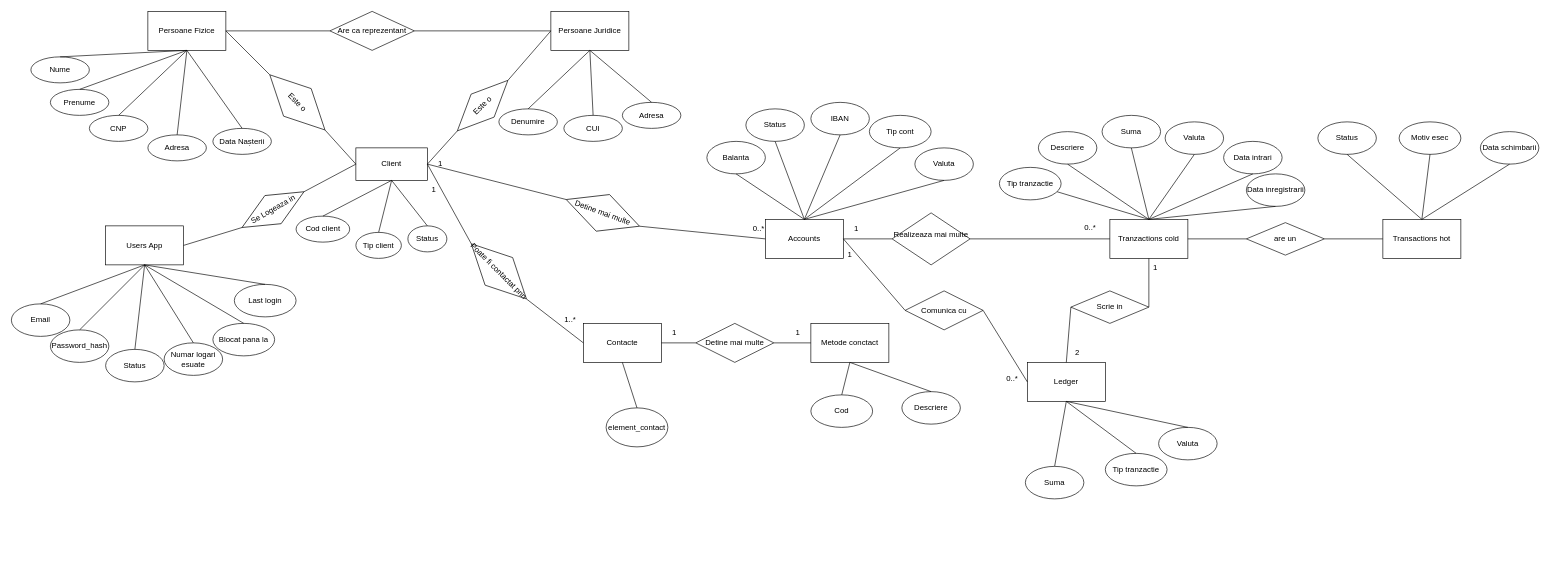
Before: docs/Diagrama_Entitate_Relatie.drawio in MrGuyMan-code/aplicatie_gestiune_conturi_bancare, a draw.io diagram. Source tidied: cells renumbered, new cells numbered last; positions are measured from the earlier drawing's top-left corner, leaving out a move shared by most shapes. Both pictures are drawn from the tidied source at 65%, with x=0, y=0 at pixel (11, 11).
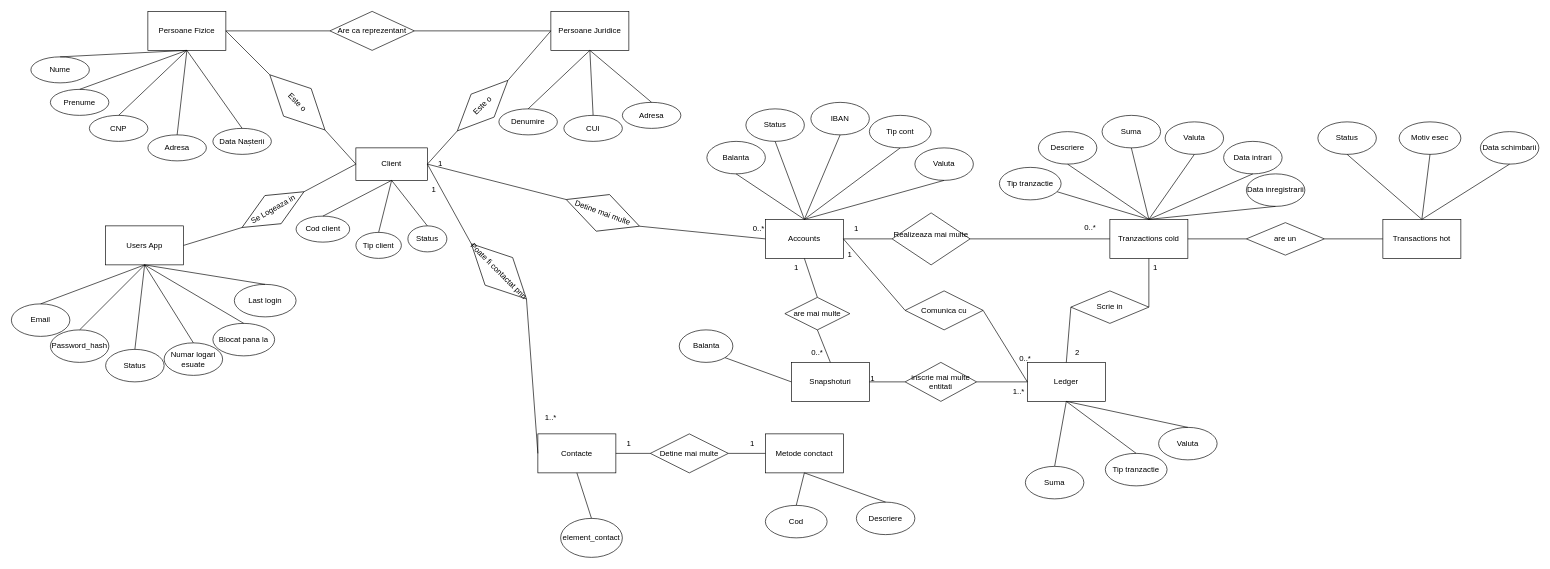
The same page after the edit.

Unchanged cells that the change refers to:
```xml
<mxCell id="36" value="Accounts" style="rounded=0;whiteSpace=wrap;html=1;" parent="1" vertex="1">
  <mxGeometry x="1160" y="320" width="120" height="60" as="geometry" />
</mxCell>
<mxCell id="108" value="Ledger" style="rounded=0;whiteSpace=wrap;html=1;" parent="1" vertex="1">
  <mxGeometry x="1563" y="540" width="120" height="60" as="geometry" />
</mxCell>
```

Change to the diagram source:
```diff
@@
     <mxCell id="40" value="Contacte" style="rounded=0;whiteSpace=wrap;html=1;" parent="1" vertex="1">
-      <mxGeometry x="880" y="480" width="120" height="60" as="geometry" />
+      <mxGeometry x="810" y="650" width="120" height="60" as="geometry" />
     </mxCell>
@@
     <mxCell id="42" value="1..*" style="text;html=1;whiteSpace=wrap;strokeColor=none;fillColor=none;align=center;verticalAlign=middle;rounded=0;" parent="1" vertex="1">
-      <mxGeometry x="830" y="460" width="60" height="30" as="geometry" />
+      <mxGeometry x="800" y="610" width="60" height="30" as="geometry" />
     </mxCell>
@@
     <mxCell id="44" value="element_contact" style="ellipse;whiteSpace=wrap;html=1;shapeInside=1;" parent="1" vertex="1">
-      <mxGeometry x="915" y="610" width="95" height="60" as="geometry" />
+      <mxGeometry x="845" y="780" width="95" height="60" as="geometry" />
     </mxCell>
     <mxCell id="45" value="Metode conctact" style="rounded=0;whiteSpace=wrap;html=1;" parent="1" vertex="1">
-      <mxGeometry x="1230" y="480" width="120" height="60" as="geometry" />
+      <mxGeometry x="1160" y="650" width="120" height="60" as="geometry" />
     </mxCell>
     <mxCell id="46" value="Detine mai multe" style="rhombus;whiteSpace=wrap;html=1;shapeInside=1;" parent="1" vertex="1">
-      <mxGeometry x="1053" y="480" width="120" height="60" as="geometry" />
+      <mxGeometry x="983" y="650" width="120" height="60" as="geometry" />
     </mxCell>
@@
     <mxCell id="49" value="Cod" style="ellipse;whiteSpace=wrap;html=1;shapeInside=1;" parent="1" vertex="1">
-      <mxGeometry x="1230" y="590" width="95" height="50" as="geometry" />
+      <mxGeometry x="1160" y="760" width="95" height="50" as="geometry" />
     </mxCell>
     <mxCell id="50" value="Descriere" style="ellipse;whiteSpace=wrap;html=1;shapeInside=1;" parent="1" vertex="1">
-      <mxGeometry x="1370" y="585" width="90" height="50" as="geometry" />
+      <mxGeometry x="1300" y="755" width="90" height="50" as="geometry" />
     </mxCell>
     <mxCell id="51" value="1" style="text;html=1;whiteSpace=wrap;strokeColor=none;fillColor=none;align=center;verticalAlign=middle;rounded=0;" parent="1" vertex="1">
-      <mxGeometry x="990" y="480" width="60" height="30" as="geometry" />
+      <mxGeometry x="920" y="650" width="60" height="30" as="geometry" />
     </mxCell>
     <mxCell id="52" value="1" style="text;html=1;whiteSpace=wrap;strokeColor=none;fillColor=none;align=center;verticalAlign=middle;rounded=0;" parent="1" vertex="1">
-      <mxGeometry x="1180" y="480" width="60" height="30" as="geometry" />
+      <mxGeometry x="1110" y="650" width="60" height="30" as="geometry" />
     </mxCell>
@@
     <mxCell id="122" value="0..*" style="text;html=1;whiteSpace=wrap;strokeColor=none;fillColor=none;align=center;verticalAlign=middle;rounded=0;" parent="1" vertex="1">
-      <mxGeometry x="1510" y="550" width="60" height="30" as="geometry" />
+      <mxGeometry x="1530" y="520" width="60" height="30" as="geometry" />
     </mxCell>
@@
+    <mxCell id="131" value="Snapshoturi" style="rounded=0;whiteSpace=wrap;html=1;" parent="1" vertex="1">
+      <mxGeometry x="1200" y="540" width="120" height="60" as="geometry" />
+    </mxCell>
+    <mxCell id="132" style="endArrow=none;html=1;rounded=0;entryX=0.5;entryY=1;entryDx=0;entryDy=0;exitX=0.5;exitY=0;exitDx=0;exitDy=0;" parent="1" edge="1" source="135" target="36">
+      <mxGeometry relative="1" as="geometry" />
+    </mxCell>
+    <mxCell id="133" value="1" style="text;html=1;whiteSpace=wrap;strokeColor=none;fillColor=none;align=center;verticalAlign=middle;rounded=0;" parent="1" vertex="1">
+      <mxGeometry x="1177.5" y="380" width="60" height="30" as="geometry" />
+    </mxCell>
+    <mxCell id="134" value="0..*" style="text;html=1;whiteSpace=wrap;strokeColor=none;fillColor=none;align=center;verticalAlign=middle;rounded=0;" parent="1" vertex="1">
+      <mxGeometry x="1210" y="510" width="60" height="30" as="geometry" />
+    </mxCell>
+    <mxCell id="135" value="are mai multe" style="rhombus;whiteSpace=wrap;html=1;shapeInside=1;" parent="1" vertex="1">
+      <mxGeometry x="1190" y="440" width="100" height="50" as="geometry" />
+    </mxCell>
+    <mxCell id="136" style="endArrow=none;html=1;rounded=0;exitX=0.5;exitY=1;exitDx=0;exitDy=0;entryX=0.5;entryY=0;entryDx=0;entryDy=0;" parent="1" edge="1" source="135" target="131">
+      <mxGeometry relative="1" as="geometry" />
+    </mxCell>
+    <mxCell id="137" value="inscrie mai multe entitati" style="rhombus;whiteSpace=wrap;html=1;shapeInside=1;" parent="1" vertex="1">
+      <mxGeometry x="1375" y="540" width="110" height="60" as="geometry" />
+    </mxCell>
+    <mxCell id="138" style="endArrow=none;html=1;rounded=0;entryX=0;entryY=0.5;entryDx=0;entryDy=0;exitX=1;exitY=0.5;exitDx=0;exitDy=0;" parent="1" edge="1" source="131" target="137">
+      <mxGeometry relative="1" as="geometry" />
+    </mxCell>
+    <mxCell id="139" style="endArrow=none;html=1;rounded=0;entryX=0;entryY=0.5;entryDx=0;entryDy=0;exitX=1;exitY=0.5;exitDx=0;exitDy=0;" parent="1" edge="1" source="137" target="108">
+      <mxGeometry relative="1" as="geometry" />
+    </mxCell>
+    <mxCell id="140" value="1" style="text;html=1;whiteSpace=wrap;strokeColor=none;fillColor=none;align=center;verticalAlign=middle;rounded=0;" parent="1" vertex="1">
+      <mxGeometry x="1295" y="550" width="60" height="30" as="geometry" />
+    </mxCell>
+    <mxCell id="141" value="1..*" style="text;html=1;whiteSpace=wrap;strokeColor=none;fillColor=none;align=center;verticalAlign=middle;rounded=0;" parent="1" vertex="1">
+      <mxGeometry x="1520" y="570" width="60" height="30" as="geometry" />
+    </mxCell>
+    <mxCell id="142" style="endArrow=none;html=1;rounded=0;entryX=0;entryY=0.5;entryDx=0;entryDy=0;exitX=1;exitY=1;exitDx=0;exitDy=0;" parent="1" edge="1" source="143" target="131">
+      <mxGeometry relative="1" as="geometry" />
+    </mxCell>
+    <mxCell id="143" value="Balanta" style="ellipse;whiteSpace=wrap;html=1;shapeInside=1;" parent="1" vertex="1">
+      <mxGeometry x="1027.5" y="490" width="82.5" height="50" as="geometry" />
+    </mxCell>
```
